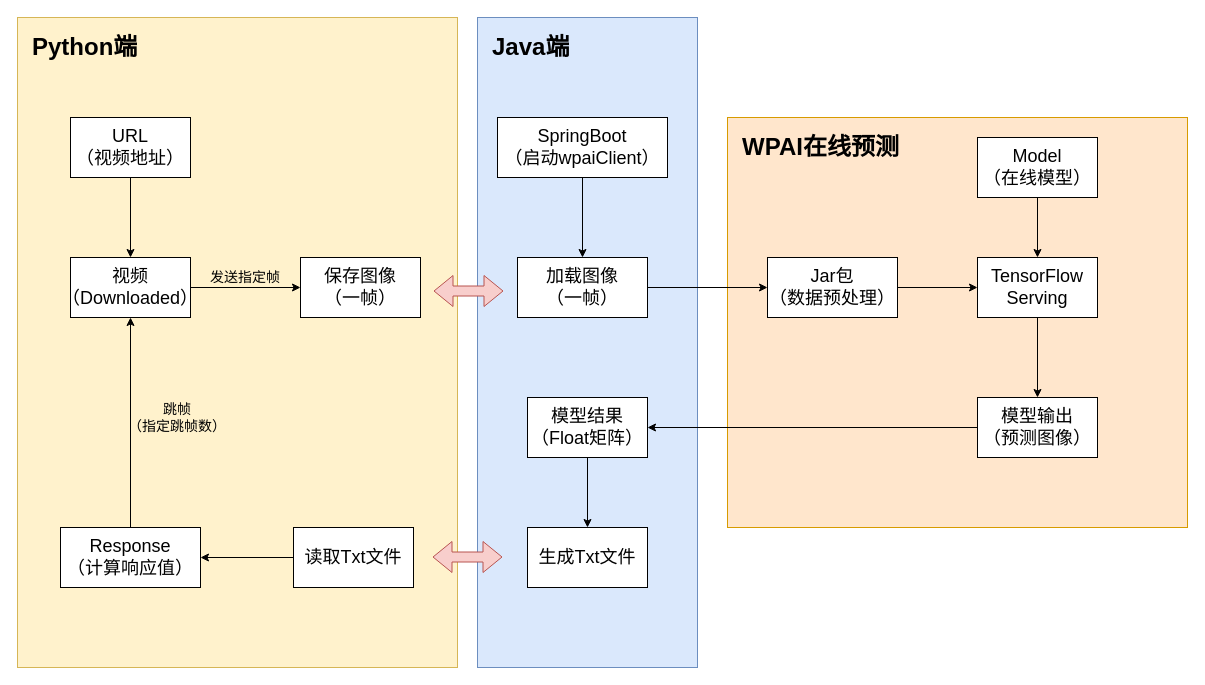
qwerty200696/hello-world keeps this draw.io diagram as 在线预测流程.drawio. Above is the earlier version. Source tidied: cells renumbered, new cells numbered last; positions are measured from the earlier drawing's top-left corner, leaving out a move shared by most shapes. Both pictures are drawn from the tidied source at 100%, with x=0, y=0 at pixel (17, 17).
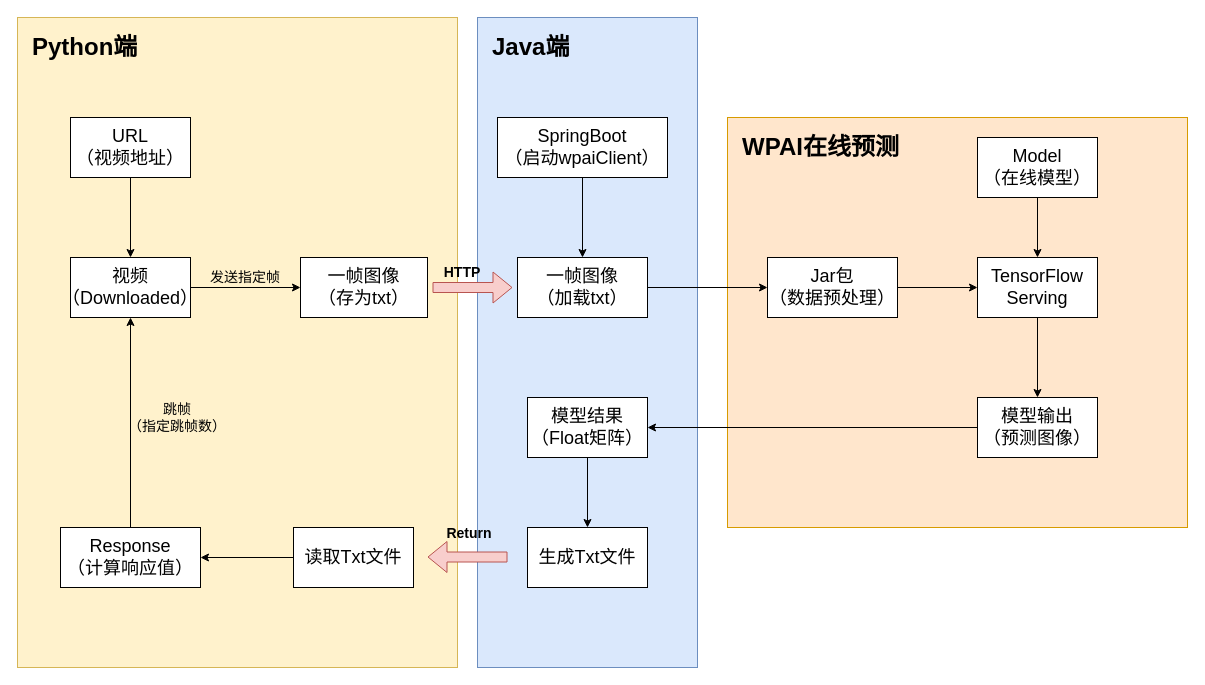
Above is the later version.

Commit message:
Update 在线预测流程.drawio

The edit, as a diff of the source:
```diff
@@
-    <mxCell id="5" value="&lt;font style=&quot;font-size: 18px&quot;&gt;保存图像&lt;br&gt;（一帧）&lt;/font&gt;" style="rounded=0;whiteSpace=wrap;html=1;" parent="1" vertex="1">
-      <mxGeometry x="283" y="240" width="120" height="60" as="geometry" />
+    <mxCell id="5" value="&lt;font style=&quot;font-size: 18px&quot;&gt;一帧图像&lt;br&gt;（存为txt）&lt;/font&gt;" style="rounded=0;whiteSpace=wrap;html=1;" parent="1" vertex="1">
+      <mxGeometry x="283" y="240" width="127" height="60" as="geometry" />
     </mxCell>
@@
-    <mxCell id="7" value="&lt;font style=&quot;font-size: 18px&quot;&gt;加载图像&lt;br&gt;（一帧）&lt;/font&gt;" style="rounded=0;whiteSpace=wrap;html=1;" parent="1" vertex="1">
+    <mxCell id="7" value="&lt;font style=&quot;font-size: 18px&quot;&gt;一帧图像&lt;br&gt;（加载txt）&lt;/font&gt;" style="rounded=0;whiteSpace=wrap;html=1;" parent="1" vertex="1">
       <mxGeometry x="500" y="240" width="130" height="60" as="geometry" />
     </mxCell>
@@
-    <mxCell id="29" style="shape=flexArrow;endArrow=classic;startArrow=classic;html=1;fillColor=#f8cecc;strokeColor=#b85450;" parent="1" edge="1">
-      <mxGeometry relative="1" as="geometry">
-        <mxPoint x="416" y="273.5" as="sourcePoint" />
-        <mxPoint x="486" y="273.5" as="targetPoint" />
-      </mxGeometry>
-    </mxCell>
@@
-    <mxCell id="35" style="shape=flexArrow;endArrow=classic;startArrow=classic;html=1;fillColor=#f8cecc;strokeColor=#b85450;" parent="1" edge="1">
-      <mxGeometry relative="1" as="geometry">
-        <mxPoint x="415" y="539.5" as="sourcePoint" />
-        <mxPoint x="485" y="539.5" as="targetPoint" />
-      </mxGeometry>
-    </mxCell>
+    <mxCell id="36" style="shape=flexArrow;endArrow=classic;html=1;fillColor=#f8cecc;strokeColor=#b85450;" parent="1" edge="1">
+      <mxGeometry relative="1" as="geometry">
+        <mxPoint x="415" y="270" as="sourcePoint" />
+        <mxPoint x="495" y="270" as="targetPoint" />
+      </mxGeometry>
+    </mxCell>
+    <mxCell id="37" style="shape=flexArrow;endArrow=classic;html=1;fillColor=#f8cecc;strokeColor=#b85450;" parent="1" edge="1">
+      <mxGeometry relative="1" as="geometry">
+        <mxPoint x="490" y="539.5" as="sourcePoint" />
+        <mxPoint x="410" y="539.5" as="targetPoint" />
+      </mxGeometry>
+    </mxCell>
+    <mxCell id="38" value="&lt;font style=&quot;font-size: 14px&quot;&gt;&lt;b&gt;HTTP&lt;/b&gt;&lt;/font&gt;" style="text;html=1;strokeColor=none;fillColor=none;align=center;verticalAlign=middle;whiteSpace=wrap;rounded=0;" parent="1" vertex="1">
+      <mxGeometry x="410" y="245" width="70" height="20" as="geometry" />
+    </mxCell>
+    <mxCell id="39" value="&lt;font style=&quot;font-size: 14px&quot;&gt;&lt;b&gt;Return&lt;/b&gt;&lt;/font&gt;" style="text;html=1;strokeColor=none;fillColor=none;align=center;verticalAlign=middle;whiteSpace=wrap;rounded=0;" parent="1" vertex="1">
+      <mxGeometry x="417" y="506" width="70" height="20" as="geometry" />
+    </mxCell>
```
